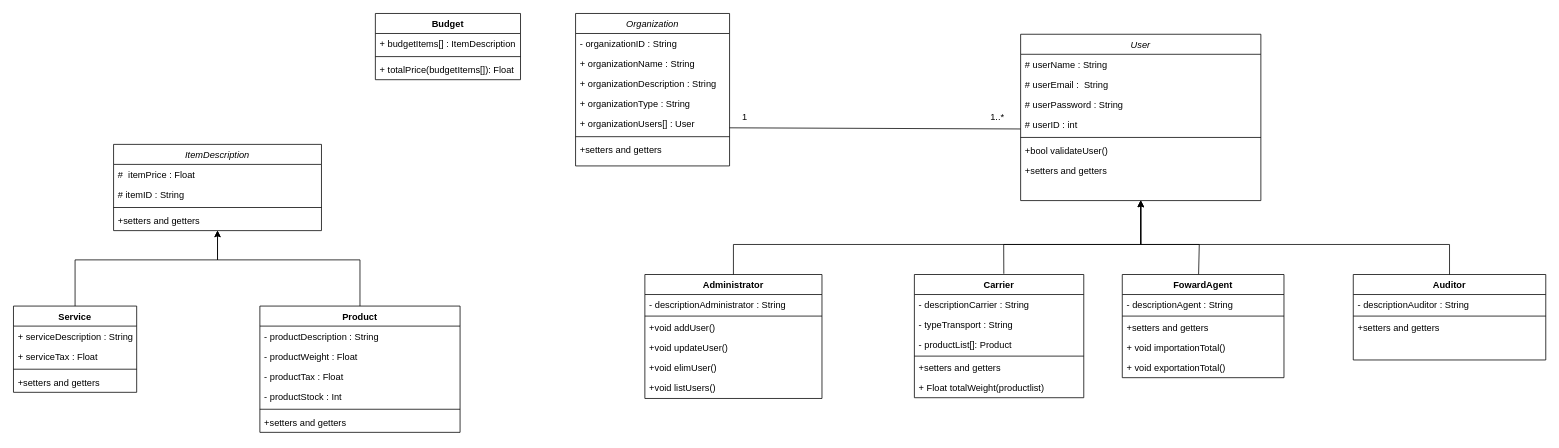
The draw.io diagram ClassDiagramLP3_project.drawio in MMonzon00/LP3_Backend_java, before the edit. Source tidied: cells renumbered, new cells numbered last; positions are measured from the earlier drawing's top-left corner, leaving out a move shared by most shapes. Both pictures are drawn from the tidied source at 77%, with x=0, y=0 at pixel (13, 13).
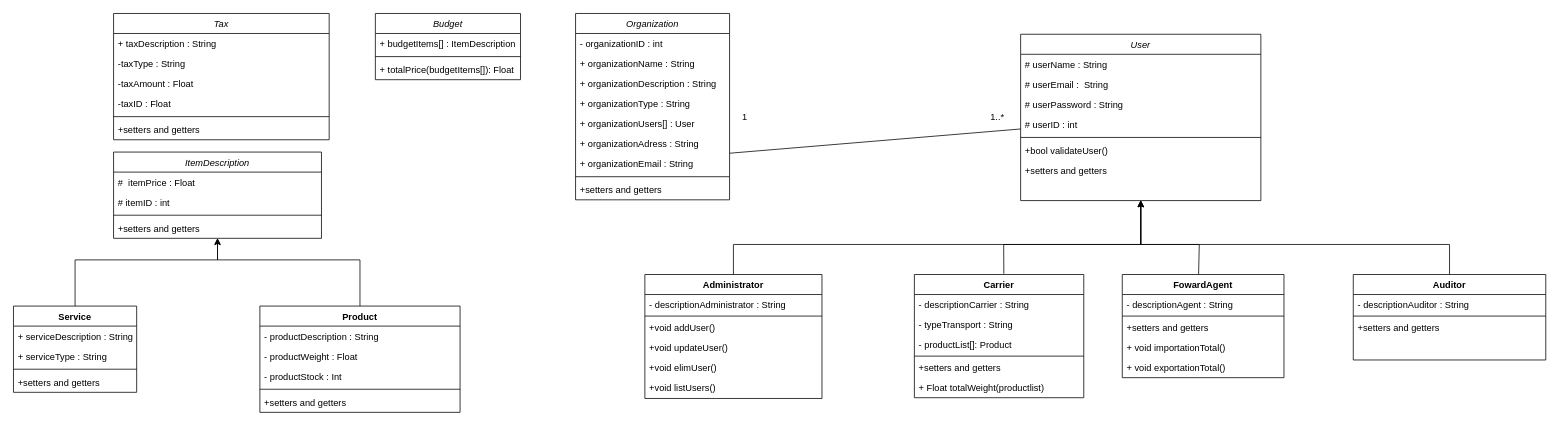
Above is the later version.

Commit message:
Update variables and classes ClassDiagramLP3_project.drawio

Unchanged cells that the change refers to:
```xml
<mxCell id="25" value="Service" style="swimlane;fontStyle=1;align=center;verticalAlign=top;horizontal=1;startSize=26;" parent="1" vertex="1">
  <mxGeometry y="380" width="160" height="112" as="geometry" />
</mxCell>
```

The edit, as a diff of the source:
```diff
@@
     <mxCell id="2" value="Organization" style="swimlane;fontStyle=2;align=center;verticalAlign=top;horizontal=1;startSize=26;rounded=0;shadow=0;strokeWidth=1;" parent="1" vertex="1">
-      <mxGeometry x="730" width="200" height="198" as="geometry" />
+      <mxGeometry x="730" width="200" height="242" as="geometry" />
     </mxCell>
-    <mxCell id="3" value="- organizationID : String" style="text;align=left;verticalAlign=top;spacingLeft=4;spacingRight=4;overflow=hidden;" parent="2" vertex="1">
+    <mxCell id="3" value="- organizationID : int" style="text;align=left;verticalAlign=top;spacingLeft=4;spacingRight=4;overflow=hidden;" parent="2" vertex="1">
       <mxGeometry y="26" width="200" height="26" as="geometry" />
     </mxCell>
@@
-    <mxCell id="7" value="+ organizationUsers[] : User" style="text;align=left;verticalAlign=top;spacingLeft=4;spacingRight=4;overflow=hidden;rounded=0;shadow=0;html=0;" parent="2" vertex="1">
+    <mxCell id="7" value="+ organizationUsers[] : User&#10;" style="text;align=left;verticalAlign=top;spacingLeft=4;spacingRight=4;overflow=hidden;rounded=0;shadow=0;html=0;" parent="2" vertex="1">
       <mxGeometry y="130" width="200" height="26" as="geometry" />
     </mxCell>
+    <mxCell id="72" value="+ organizationAdress : String&#10;" style="text;align=left;verticalAlign=top;spacingLeft=4;spacingRight=4;overflow=hidden;rounded=0;shadow=0;html=0;" parent="2" vertex="1">
+      <mxGeometry y="156" width="200" height="26" as="geometry" />
+    </mxCell>
+    <mxCell id="73" value="+ organizationEmail : String&#10;" style="text;align=left;verticalAlign=top;spacingLeft=4;spacingRight=4;overflow=hidden;rounded=0;shadow=0;html=0;" parent="2" vertex="1">
+      <mxGeometry y="182" width="200" height="26" as="geometry" />
+    </mxCell>
     <mxCell id="8" style="line;html=1;strokeWidth=1;align=left;verticalAlign=middle;spacingTop=-1;spacingLeft=3;spacingRight=3;labelPosition=right;" parent="2" vertex="1">
-      <mxGeometry y="156" width="200" height="8" as="geometry" />
+      <mxGeometry y="208" width="200" height="8" as="geometry" />
     </mxCell>
     <mxCell id="9" value="+setters and getters" style="text;align=left;verticalAlign=top;spacingLeft=4;spacingRight=4;overflow=hidden;" parent="2" vertex="1">
-      <mxGeometry y="164" width="200" height="26" as="geometry" />
+      <mxGeometry y="216" width="200" height="26" as="geometry" />
     </mxCell>
@@
-    <mxCell id="27" value="+ serviceTax : Float" style="text;strokeColor=none;fillColor=none;align=left;verticalAlign=top;spacingLeft=4;spacingRight=4;overflow=hidden;" parent="25" vertex="1">
+    <mxCell id="27" value="+ serviceType : String" style="text;strokeColor=none;fillColor=none;align=left;verticalAlign=top;spacingLeft=4;spacingRight=4;overflow=hidden;" parent="25" vertex="1">
       <mxGeometry y="52" width="160" height="26" as="geometry" />
     </mxCell>
@@
     <mxCell id="30" value="Product" style="swimlane;fontStyle=1;align=center;verticalAlign=top;horizontal=1;startSize=26;" parent="1" vertex="1">
-      <mxGeometry x="320" y="380" width="260" height="164" as="geometry" />
+      <mxGeometry x="320" y="380" width="260" height="138" as="geometry" />
     </mxCell>
@@
-    <mxCell id="33" value="- productTax : Float&#10;" style="text;strokeColor=none;fillColor=none;align=left;verticalAlign=top;spacingLeft=4;spacingRight=4;overflow=hidden;" parent="30" vertex="1">
-      <mxGeometry y="78" width="260" height="26" as="geometry" />
-    </mxCell>
     <mxCell id="34" value="- productStock : Int&#10;" style="text;strokeColor=none;fillColor=none;align=left;verticalAlign=top;spacingLeft=4;spacingRight=4;overflow=hidden;" parent="30" vertex="1">
-      <mxGeometry y="104" width="260" height="26" as="geometry" />
+      <mxGeometry y="78" width="260" height="26" as="geometry" />
     </mxCell>
     <mxCell id="35" style="line;strokeWidth=1;fillColor=none;align=left;verticalAlign=middle;spacingTop=-1;spacingLeft=3;spacingRight=3;labelPosition=right;" parent="30" vertex="1">
-      <mxGeometry y="130" width="260" height="8" as="geometry" />
+      <mxGeometry y="104" width="260" height="8" as="geometry" />
     </mxCell>
     <mxCell id="36" value="+setters and getters" style="text;align=left;verticalAlign=top;spacingLeft=4;spacingRight=4;overflow=hidden;" parent="30" vertex="1">
-      <mxGeometry y="138" width="260" height="26" as="geometry" />
+      <mxGeometry y="112" width="260" height="26" as="geometry" />
     </mxCell>
     <mxCell id="37" value="ItemDescription" style="swimlane;fontStyle=2;align=center;verticalAlign=top;horizontal=1;startSize=26;" parent="1" vertex="1">
-      <mxGeometry x="130" y="170" width="270" height="112" as="geometry" />
+      <mxGeometry x="130" y="180" width="270" height="112" as="geometry" />
     </mxCell>
@@
-    <mxCell id="39" value="# itemID : String" style="text;strokeColor=none;fillColor=none;align=left;verticalAlign=top;spacingLeft=4;spacingRight=4;overflow=hidden;" parent="37" vertex="1">
+    <mxCell id="39" value="# itemID : int" style="text;strokeColor=none;fillColor=none;align=left;verticalAlign=top;spacingLeft=4;spacingRight=4;overflow=hidden;" parent="37" vertex="1">
       <mxGeometry y="52" width="270" height="26" as="geometry" />
     </mxCell>
@@
-    <mxCell id="65" value="Budget" style="swimlane;fontStyle=1;align=center;verticalAlign=top;horizontal=1;startSize=26;" parent="1" vertex="1">
+    <mxCell id="65" value="Budget" style="swimlane;fontStyle=2;align=center;verticalAlign=top;horizontal=1;startSize=26;" parent="1" vertex="1">
       <mxGeometry x="470" width="188.5" height="86" as="geometry" />
     </mxCell>
@@
+    <mxCell id="74" value="Tax" style="swimlane;fontStyle=2;align=center;verticalAlign=top;horizontal=1;startSize=26;" parent="1" vertex="1">
+      <mxGeometry x="130" width="280" height="164" as="geometry" />
+    </mxCell>
+    <mxCell id="75" value="+ taxDescription : String&#10;&#10;" style="text;strokeColor=none;fillColor=none;align=left;verticalAlign=top;spacingLeft=4;spacingRight=4;overflow=hidden;" parent="74" vertex="1">
+      <mxGeometry y="26" width="280" height="26" as="geometry" />
+    </mxCell>
+    <mxCell id="76" value="-taxType : String" style="text;strokeColor=none;fillColor=none;align=left;verticalAlign=top;spacingLeft=4;spacingRight=4;overflow=hidden;" parent="74" vertex="1">
+      <mxGeometry y="52" width="280" height="26" as="geometry" />
+    </mxCell>
+    <mxCell id="77" value="-taxAmount : Float" style="text;strokeColor=none;fillColor=none;align=left;verticalAlign=top;spacingLeft=4;spacingRight=4;overflow=hidden;" parent="74" vertex="1">
+      <mxGeometry y="78" width="280" height="26" as="geometry" />
+    </mxCell>
+    <mxCell id="78" value="-taxID : Float" style="text;strokeColor=none;fillColor=none;align=left;verticalAlign=top;spacingLeft=4;spacingRight=4;overflow=hidden;" parent="74" vertex="1">
+      <mxGeometry y="104" width="280" height="26" as="geometry" />
+    </mxCell>
+    <mxCell id="79" style="line;strokeWidth=1;fillColor=none;align=left;verticalAlign=middle;spacingTop=-1;spacingLeft=3;spacingRight=3;labelPosition=right;strokeColor=inherit;" parent="74" vertex="1">
+      <mxGeometry y="130" width="280" height="8" as="geometry" />
+    </mxCell>
+    <mxCell id="80" value="+setters and getters" style="text;strokeColor=none;fillColor=none;align=left;verticalAlign=top;spacingLeft=4;spacingRight=4;overflow=hidden;" parent="74" vertex="1">
+      <mxGeometry y="138" width="280" height="26" as="geometry" />
+    </mxCell>
```
